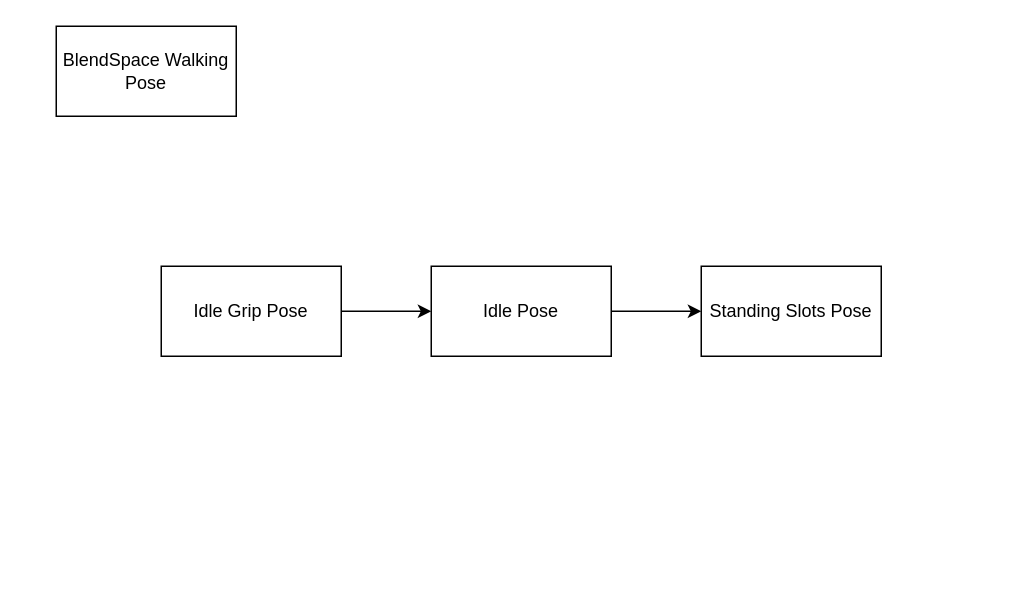
Earlier version of the draw.io diagram 拆解.drawio (GameCater/DrawIO). Source tidied: cells renumbered, new cells numbered last; positions are measured from the earlier drawing's top-left corner, leaving out a move shared by most shapes. Both pictures are drawn from the tidied source at 150%, with x=0, y=0 at pixel (56, 26).
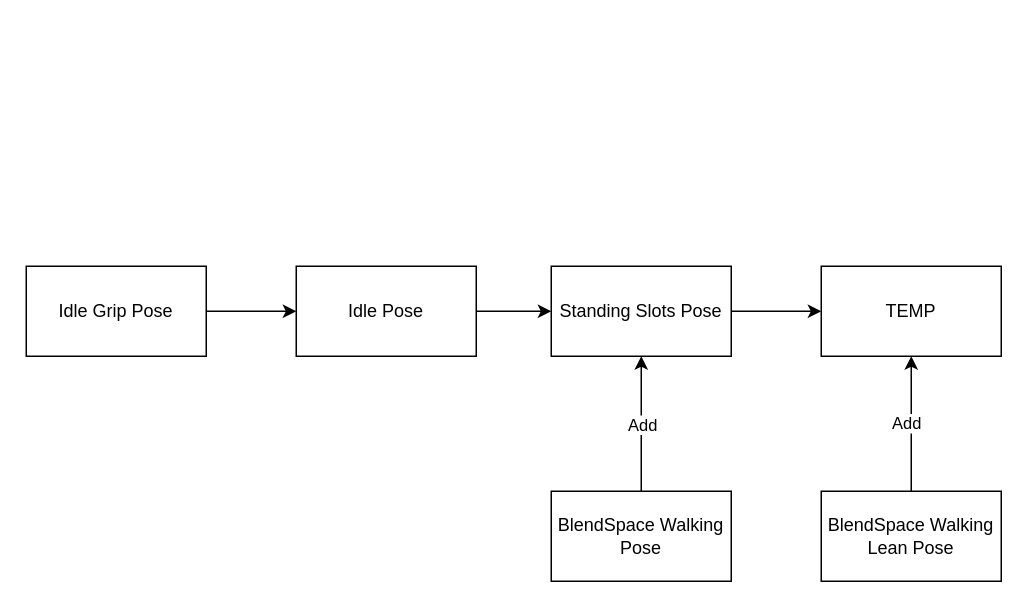
The same diagram, later.

What changed in the source:
```diff
@@
 <mxGraphModel>
   <root>
     <mxCell id="0" />
     <mxCell id="1" parent="0" />
+    <mxCell id="8" style="group;" parent="1" vertex="1">
+      <mxGeometry x="-20" y="160" width="470" height="210" as="geometry" />
+    </mxCell>
-    <mxCell id="2" value="BlendSpace Walking Pose" style="rounded=0;whiteSpace=wrap;html=1;" parent="1" vertex="1">
-      <mxGeometry width="120" height="60" as="geometry" />
+    <mxCell id="2" value="BlendSpace Walking Pose" style="rounded=0;whiteSpace=wrap;html=1;" parent="8" vertex="1">
+      <mxGeometry x="350" y="150" width="120" height="60" as="geometry" />
     </mxCell>
-    <mxCell id="3" value="Standing Slots Pose" style="rounded=0;whiteSpace=wrap;html=1;" parent="1" vertex="1">
-      <mxGeometry x="430" y="160" width="120" height="60" as="geometry" />
+    <mxCell id="3" value="Standing Slots Pose" style="rounded=0;whiteSpace=wrap;html=1;" parent="8" vertex="1">
+      <mxGeometry x="350" width="120" height="60" as="geometry" />
     </mxCell>
-    <mxCell id="4" style="edgeStyle=orthogonalEdgeStyle;rounded=0;jettySize=auto;html=1;" parent="1" edge="1" source="5" target="3">
+    <mxCell id="4" style="edgeStyle=orthogonalEdgeStyle;rounded=0;jettySize=auto;html=1;" parent="8" edge="1" source="5" target="3">
       <mxGeometry relative="1" as="geometry" />
     </mxCell>
-    <mxCell id="5" value="Idle Pose" style="rounded=0;whiteSpace=wrap;html=1;" parent="1" vertex="1">
-      <mxGeometry x="250" y="160" width="120" height="60" as="geometry" />
+    <mxCell id="5" value="Idle Pose" style="rounded=0;whiteSpace=wrap;html=1;" parent="8" vertex="1">
+      <mxGeometry x="180" width="120" height="60" as="geometry" />
     </mxCell>
-    <mxCell id="6" style="edgeStyle=orthogonalEdgeStyle;rounded=0;jettySize=auto;html=1;" parent="1" edge="1" source="7" target="5">
+    <mxCell id="6" style="edgeStyle=orthogonalEdgeStyle;rounded=0;jettySize=auto;html=1;" parent="8" edge="1" source="7" target="5">
       <mxGeometry relative="1" as="geometry" />
     </mxCell>
-    <mxCell id="7" value="Idle Grip Pose" style="rounded=0;whiteSpace=wrap;html=1;" parent="1" vertex="1">
-      <mxGeometry x="70" y="160" width="120" height="60" as="geometry" />
+    <mxCell id="7" value="Idle Grip Pose" style="rounded=0;whiteSpace=wrap;html=1;" parent="8" vertex="1">
+      <mxGeometry width="120" height="60" as="geometry" />
     </mxCell>
+    <mxCell id="9" style="endArrow=classic;html=1;rounded=0;exitX=0.5;exitY=0;exitDx=0;exitDy=0;entryX=0.5;entryY=1;entryDx=0;entryDy=0;" parent="8" edge="1" source="2" target="3">
+      <mxGeometry relative="1" as="geometry" />
+    </mxCell>
+    <mxCell id="10" value="Add" style="edgeLabel;html=1;align=center;verticalAlign=middle;" parent="9" vertex="1">
+      <mxGeometry relative="1" as="geometry" />
+    </mxCell>
+    <mxCell id="11" value="TEMP" style="rounded=0;whiteSpace=wrap;html=1;" parent="1" vertex="1">
+      <mxGeometry x="510" y="160" width="120" height="60" as="geometry" />
+    </mxCell>
+    <mxCell id="12" style="edgeStyle=orthogonalEdgeStyle;rounded=0;jettySize=auto;html=1;exitX=1;exitY=0.5;exitDx=0;exitDy=0;" parent="1" edge="1" source="3" target="11">
+      <mxGeometry relative="1" as="geometry" />
+    </mxCell>
+    <mxCell id="13" style="edgeStyle=orthogonalEdgeStyle;rounded=0;jettySize=auto;html=1;" parent="1" edge="1" source="15" target="11">
+      <mxGeometry relative="1" as="geometry" />
+    </mxCell>
+    <mxCell id="14" value="Add" style="edgeLabel;html=1;align=center;verticalAlign=middle;" parent="13" vertex="1">
+      <mxGeometry x="0.02" y="4" relative="1" as="geometry" />
+    </mxCell>
+    <mxCell id="15" value="BlendSpace Walking Lean Pose" style="rounded=0;whiteSpace=wrap;html=1;" parent="1" vertex="1">
+      <mxGeometry x="510" y="310" width="120" height="60" as="geometry" />
+    </mxCell>
   </root>
 </mxGraphModel>
```
